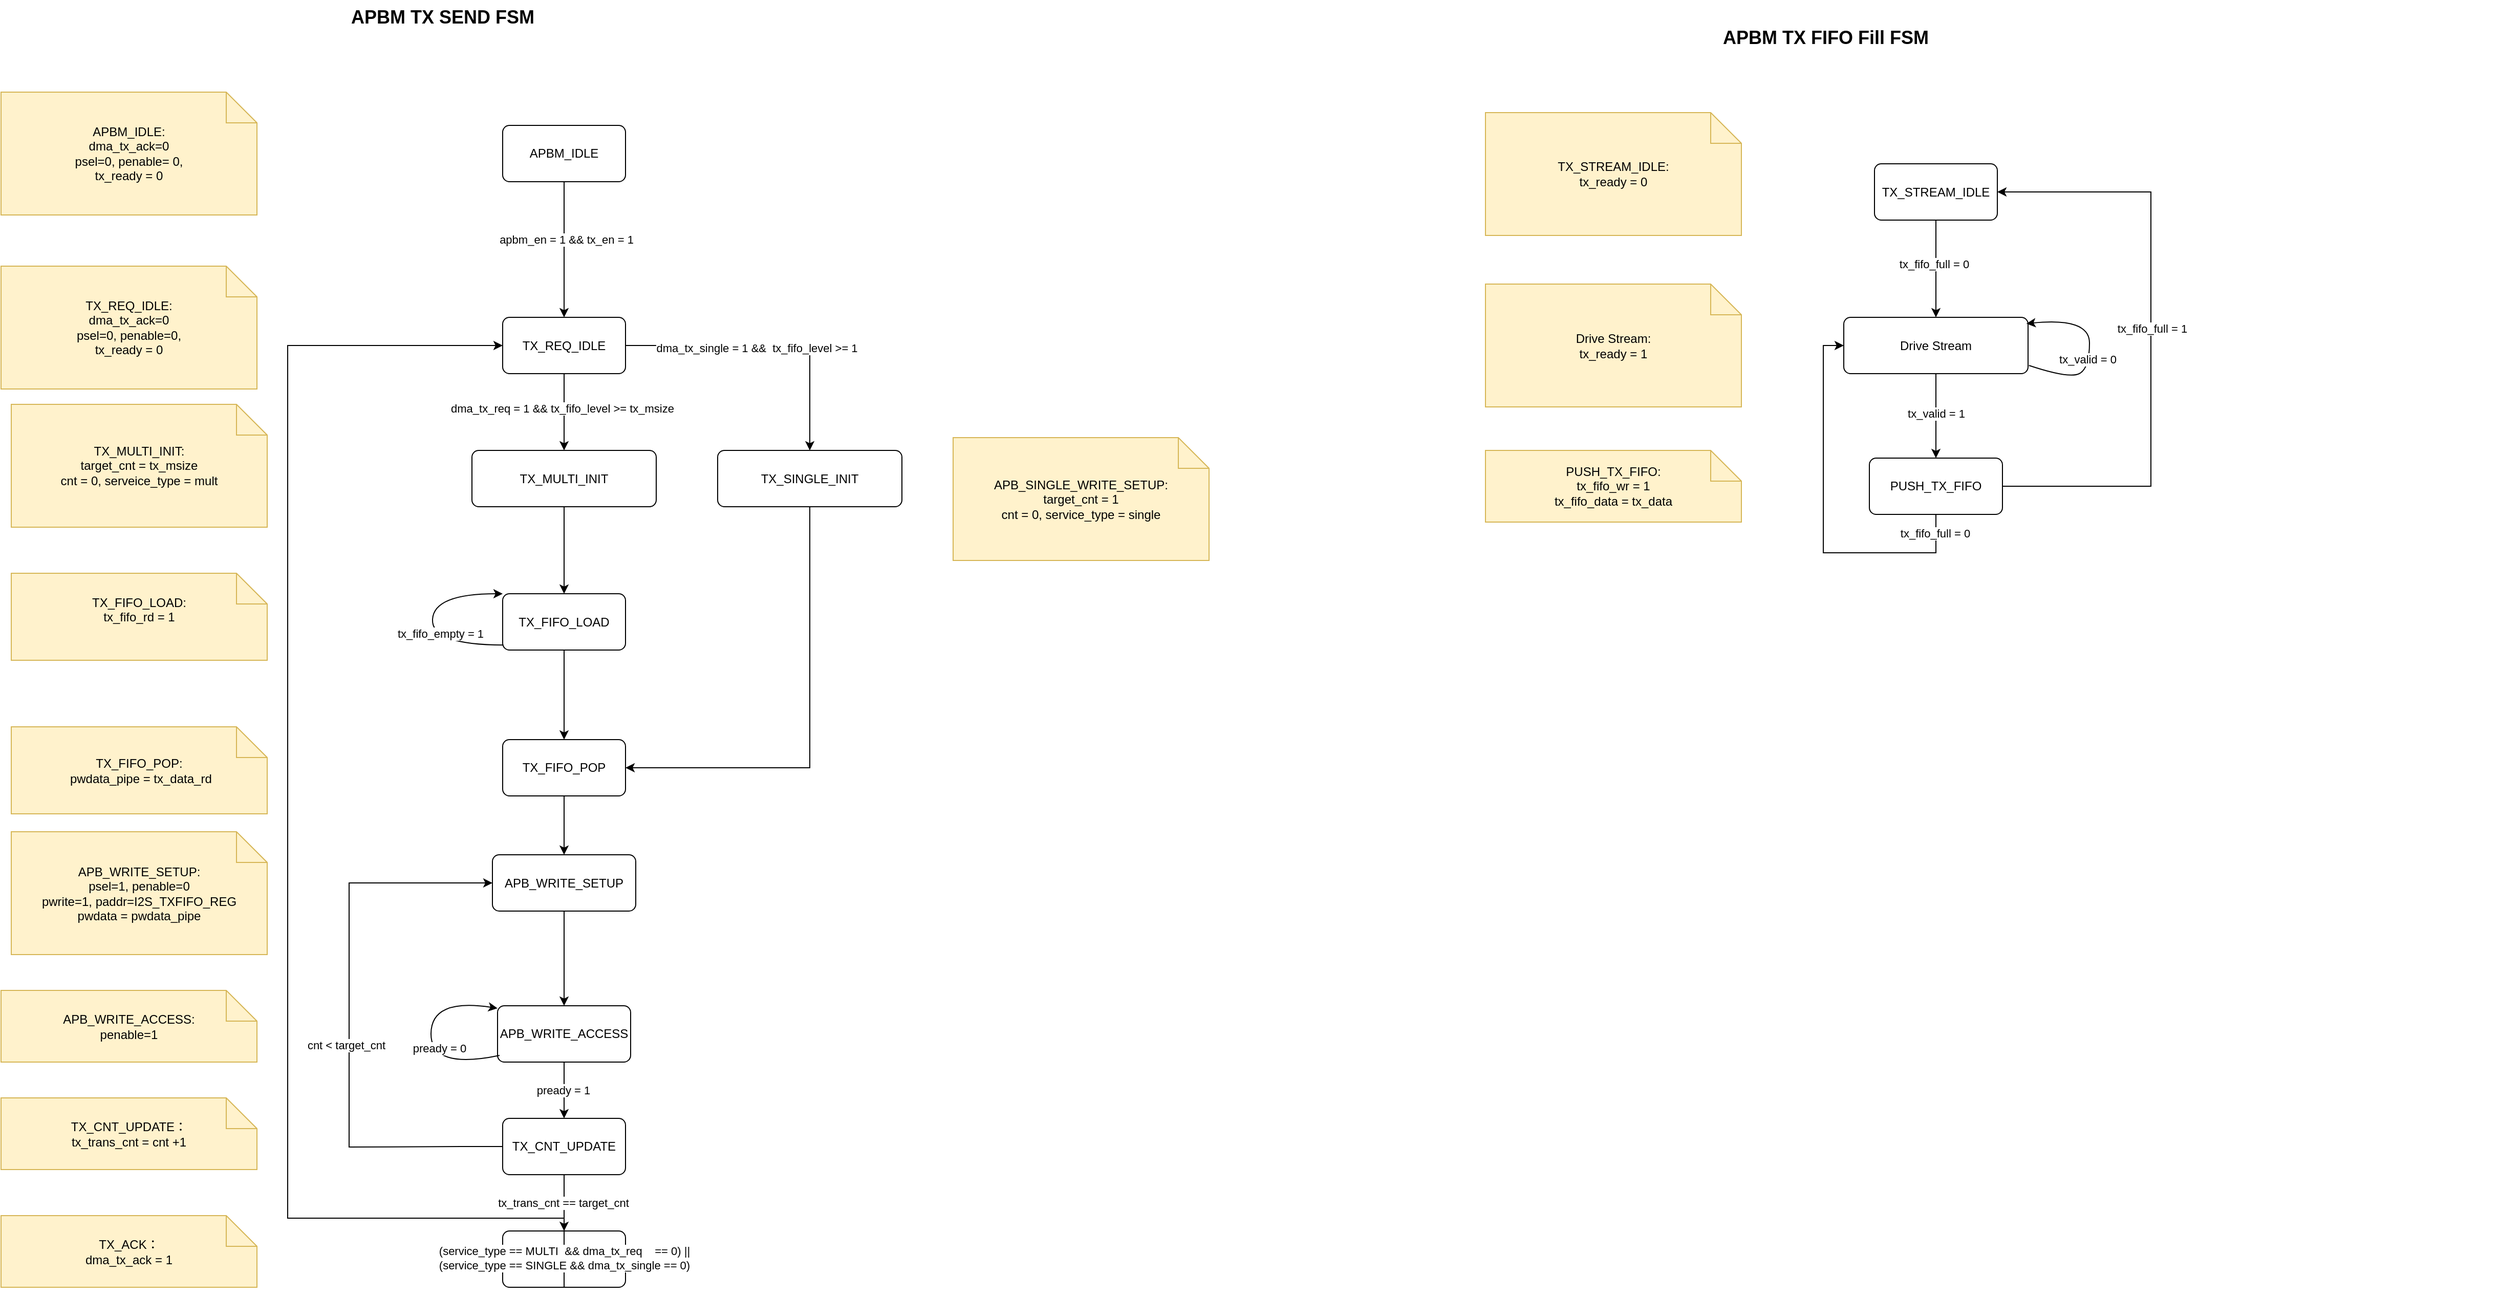
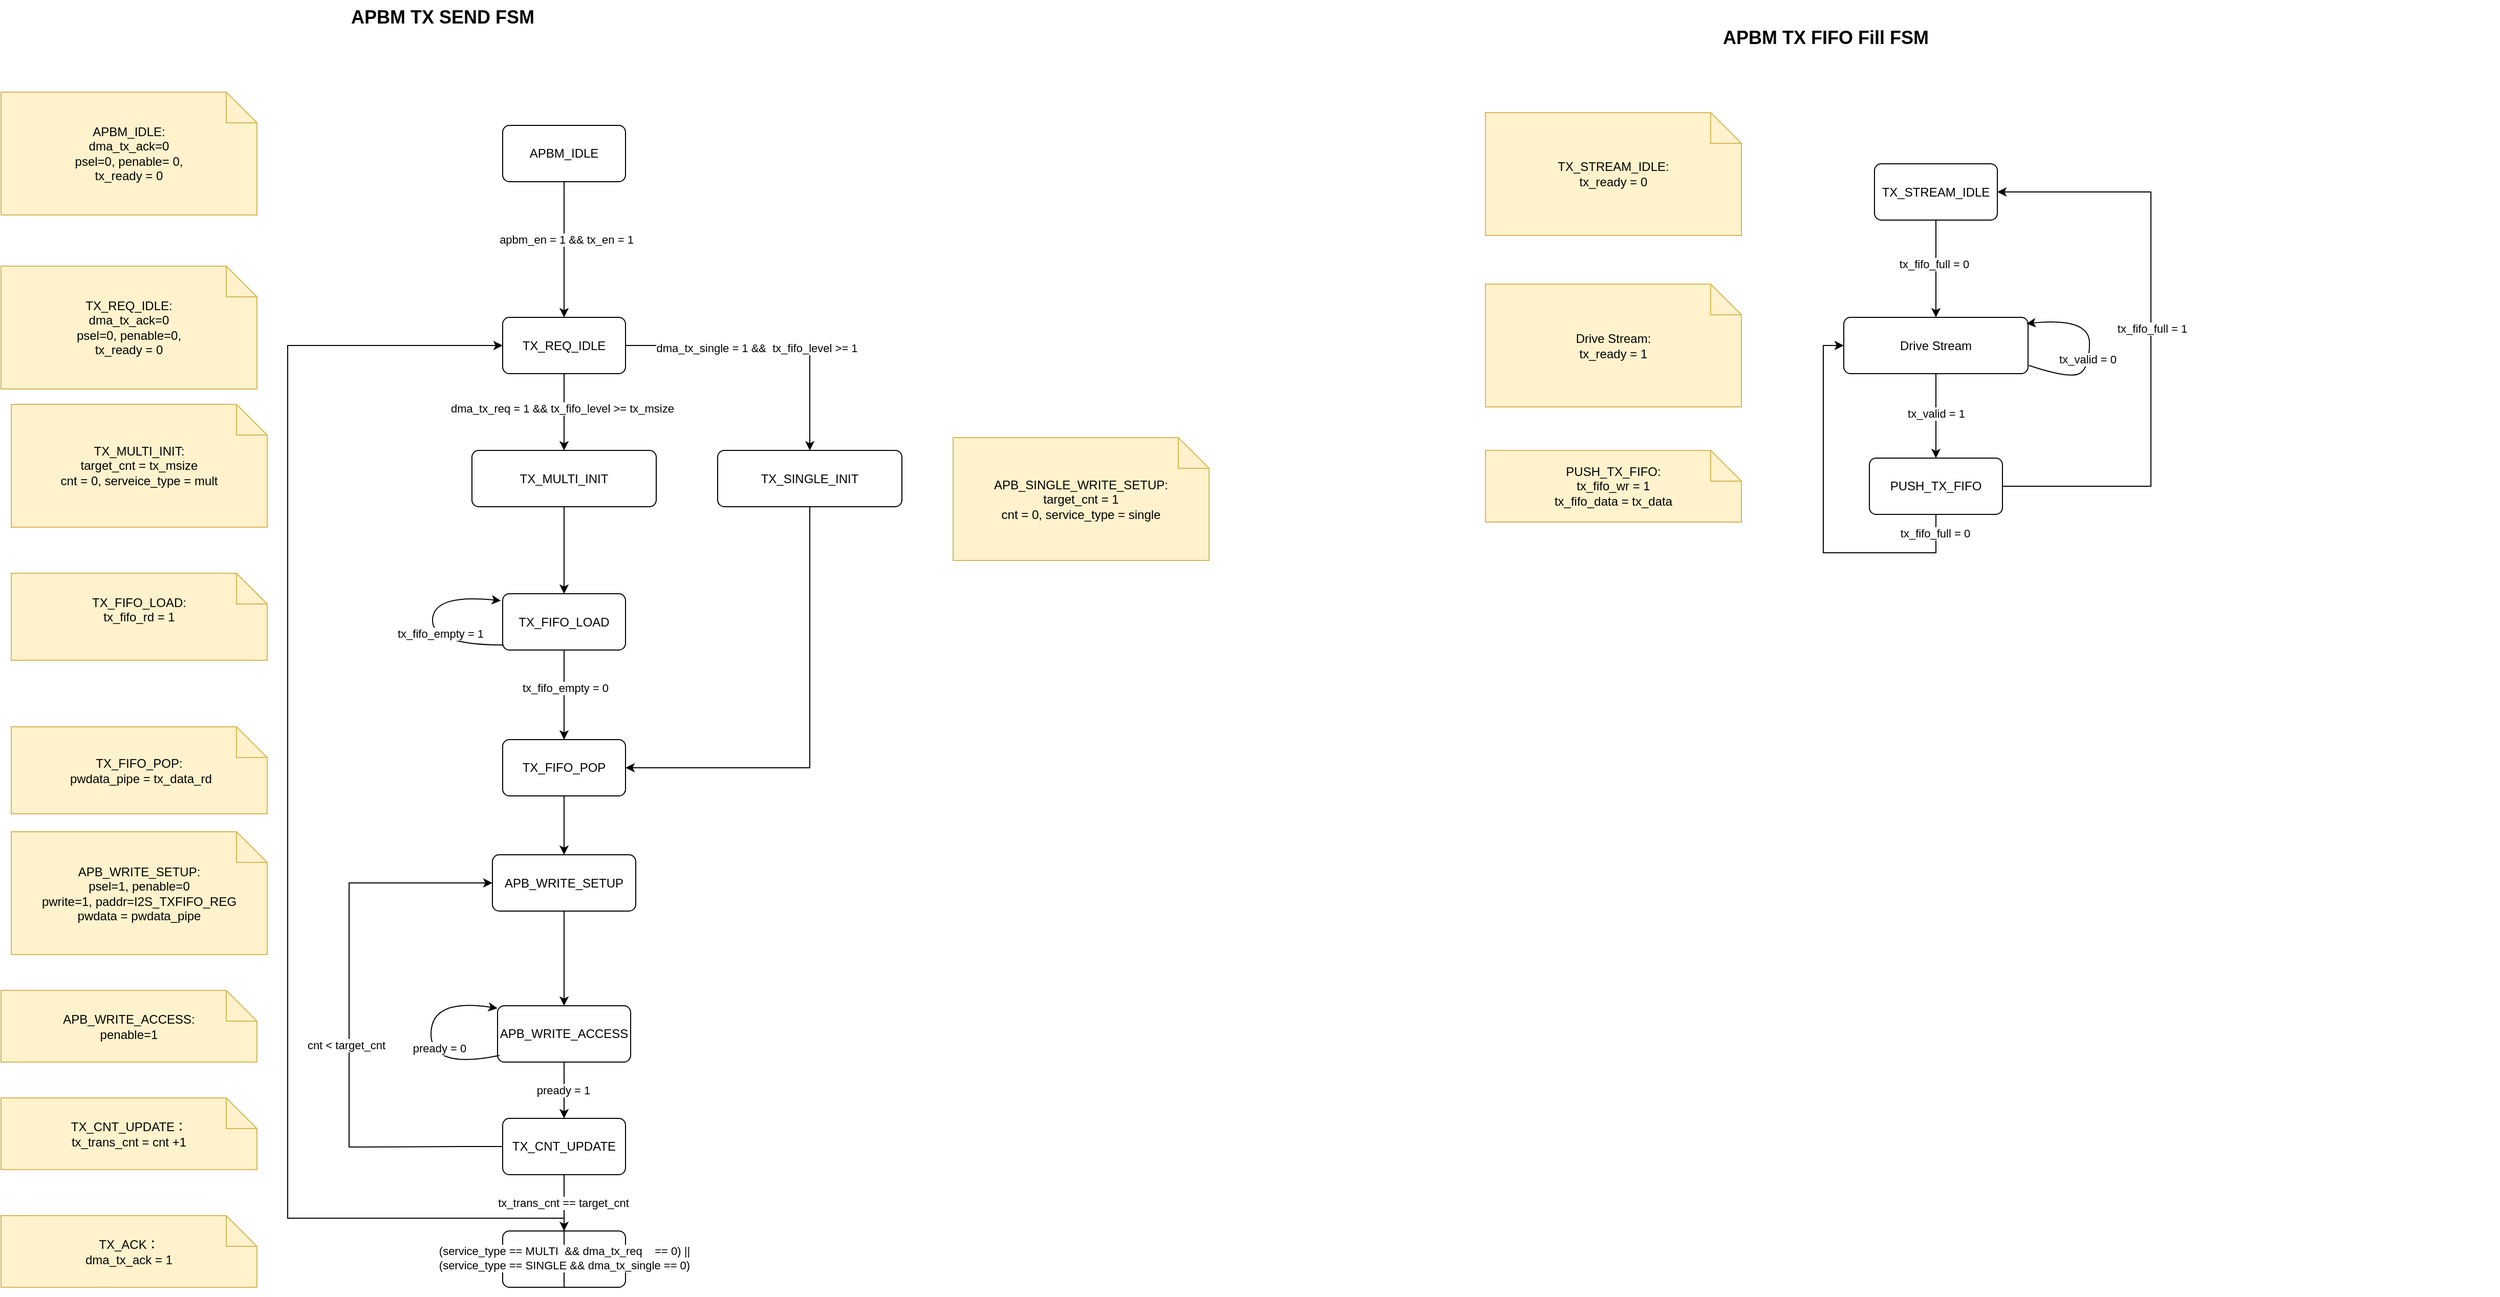
<mxfile host="app.diagrams.net">
  <diagram name="第 1 页" id="fH5n9Me7nUtPE_JYtTzi">
-     <mxGraphModel dx="1106" dy="624" grid="1" gridSize="10" guides="1" tooltips="1" connect="1" arrows="1" fold="1" page="1" pageScale="1" pageWidth="827" pageHeight="1169" math="0" shadow="0">
+     <mxGraphModel dx="645" dy="364" grid="1" gridSize="10" guides="1" tooltips="1" connect="1" arrows="1" fold="1" page="1" pageScale="1" pageWidth="827" pageHeight="1169" math="0" shadow="0">
      <root>
        <mxCell id="0" />
        <mxCell id="1" parent="0" />
        <mxCell id="Ly1VW1kiYANL2SHkxWqd-1" parent="1" style="text;html=1;strokeColor=none;fillColor=none;fontSize=18;fontStyle=1;" value="APBM TX SEND FSM&amp;nbsp;&amp;nbsp;" vertex="1">
          <mxGeometry height="40" width="760" x="810" y="130" as="geometry" />
        </mxCell>
        <mxCell id="Ly1VW1kiYANL2SHkxWqd-2" parent="1" style="rounded=1;whiteSpace=wrap;html=1;arcSize=12;fillColor=#ffffff;strokeColor=#000000;" value="TX_REQ_IDLE" vertex="1">
          <mxGeometry height="55" width="120" x="960" y="440" as="geometry" />
        </mxCell>
        <mxCell id="Ly1VW1kiYANL2SHkxWqd-3" parent="1" style="rounded=1;whiteSpace=wrap;html=1;arcSize=12;fillColor=#ffffff;strokeColor=#000000;" value="APB_WRITE_SETUP" vertex="1">
          <mxGeometry height="55" width="140" x="950" y="965" as="geometry" />
        </mxCell>
        <mxCell id="Ly1VW1kiYANL2SHkxWqd-4" edge="1" parent="1" source="Ly1VW1kiYANL2SHkxWqd-2" style="endArrow=classic;html=1;rounded=0;exitX=0.5;exitY=1;exitDx=0;exitDy=0;entryX=0.5;entryY=0;entryDx=0;entryDy=0;" target="Ly1VW1kiYANL2SHkxWqd-40" value="">
          <mxGeometry height="50" relative="1" width="50" as="geometry">
            <mxPoint x="1040" y="560" as="sourcePoint" />
            <mxPoint x="1020" y="570" as="targetPoint" />
          </mxGeometry>
        </mxCell>
        <mxCell id="Ly1VW1kiYANL2SHkxWqd-5" connectable="0" parent="Ly1VW1kiYANL2SHkxWqd-4" style="edgeLabel;html=1;align=center;verticalAlign=middle;resizable=0;points=[];" value="dma_tx_req = 1 &amp;amp;&amp;amp; tx_fifo_level &amp;gt;= tx_msize" vertex="1">
          <mxGeometry relative="1" x="-0.0927" y="-2" as="geometry">
            <mxPoint as="offset" />
          </mxGeometry>
        </mxCell>
        <mxCell id="Ly1VW1kiYANL2SHkxWqd-6" parent="1" style="shape=note;whiteSpace=wrap;html=1;fillColor=#fff2cc;strokeColor=#d6b656;" value="APB_WRITE_SETUP:&lt;div&gt;psel=1, penable=0&lt;br&gt;pwrite=1, paddr=I2S_TXFIFO_REG&lt;/div&gt;&lt;div&gt;pwdata = pwdata_pipe&lt;/div&gt;" vertex="1">
          <mxGeometry height="120" width="250" x="480" y="942.5" as="geometry" />
        </mxCell>
        <mxCell id="Ly1VW1kiYANL2SHkxWqd-7" parent="1" style="rounded=1;whiteSpace=wrap;html=1;arcSize=12;fillColor=#ffffff;strokeColor=#000000;" value="APB_WRITE_ACCESS" vertex="1">
          <mxGeometry height="55" width="130" x="955" y="1112.5" as="geometry" />
        </mxCell>
        <mxCell id="Ly1VW1kiYANL2SHkxWqd-8" edge="1" parent="1" source="Ly1VW1kiYANL2SHkxWqd-3" style="endArrow=classic;html=1;rounded=0;exitX=0.5;exitY=1;exitDx=0;exitDy=0;entryX=0.5;entryY=0;entryDx=0;entryDy=0;" target="Ly1VW1kiYANL2SHkxWqd-7" value="">
          <mxGeometry height="50" relative="1" width="50" as="geometry">
            <mxPoint x="1030" y="1095" as="sourcePoint" />
            <mxPoint x="1080" y="1045" as="targetPoint" />
          </mxGeometry>
        </mxCell>
        <mxCell id="Ly1VW1kiYANL2SHkxWqd-9" parent="1" style="shape=note;whiteSpace=wrap;html=1;fillColor=#fff2cc;strokeColor=#d6b656;" value="APB_WRITE_ACCESS:&lt;br&gt;penable=1" vertex="1">
          <mxGeometry height="70" width="250" x="470" y="1097.5" as="geometry" />
        </mxCell>
        <mxCell id="Ly1VW1kiYANL2SHkxWqd-10" edge="1" parent="1" source="Ly1VW1kiYANL2SHkxWqd-7" style="curved=1;endArrow=classic;html=1;rounded=0;exitX=0.015;exitY=0.881;exitDx=0;exitDy=0;entryX=0;entryY=0;entryDx=0;entryDy=0;exitPerimeter=0;" value="">
          <mxGeometry height="50" relative="1" width="50" as="geometry">
            <Array as="points">
              <mxPoint x="890" y="1175" />
              <mxPoint x="890" y="1105" />
            </Array>
            <mxPoint x="955" y="1170" as="sourcePoint" />
            <mxPoint x="955" y="1115" as="targetPoint" />
          </mxGeometry>
        </mxCell>
        <mxCell id="Ly1VW1kiYANL2SHkxWqd-11" connectable="0" parent="Ly1VW1kiYANL2SHkxWqd-10" style="edgeLabel;html=1;align=center;verticalAlign=middle;resizable=0;points=[];" value="pready = 0" vertex="1">
          <mxGeometry relative="1" x="-0.1215" y="-8" as="geometry">
            <mxPoint as="offset" />
          </mxGeometry>
        </mxCell>
        <mxCell id="Ly1VW1kiYANL2SHkxWqd-13" edge="1" parent="1" source="Ly1VW1kiYANL2SHkxWqd-7" style="endArrow=classic;html=1;rounded=0;exitX=0.5;exitY=1;exitDx=0;exitDy=0;entryX=0.5;entryY=0;entryDx=0;entryDy=0;" target="Ly1VW1kiYANL2SHkxWqd-47" value="">
          <mxGeometry height="50" relative="1" width="50" as="geometry">
            <mxPoint x="1010" y="1245" as="sourcePoint" />
            <mxPoint x="1020" y="1212.5" as="targetPoint" />
          </mxGeometry>
        </mxCell>
        <mxCell id="Ly1VW1kiYANL2SHkxWqd-14" connectable="0" parent="Ly1VW1kiYANL2SHkxWqd-13" style="edgeLabel;html=1;align=center;verticalAlign=middle;resizable=0;points=[];" value="pready = 1" vertex="1">
          <mxGeometry relative="1" x="0.0089" y="-1" as="geometry">
            <mxPoint as="offset" />
          </mxGeometry>
        </mxCell>
        <mxCell id="Ly1VW1kiYANL2SHkxWqd-16" parent="1" style="rounded=1;whiteSpace=wrap;html=1;arcSize=12;fillColor=#ffffff;strokeColor=#000000;" value="TX_ACK" vertex="1">
          <mxGeometry height="55" width="120" x="960" y="1332.5" as="geometry" />
        </mxCell>
        <mxCell id="Ly1VW1kiYANL2SHkxWqd-17" edge="1" parent="1" source="Ly1VW1kiYANL2SHkxWqd-47" style="endArrow=classic;html=1;rounded=0;exitX=0.5;exitY=1;exitDx=0;exitDy=0;entryX=0.5;entryY=0;entryDx=0;entryDy=0;" target="Ly1VW1kiYANL2SHkxWqd-16" value="">
          <mxGeometry height="50" relative="1" width="50" as="geometry">
            <mxPoint x="1150.3600000000001" y="1167.5" as="sourcePoint" />
            <mxPoint x="1150" y="1202.5" as="targetPoint" />
          </mxGeometry>
        </mxCell>
        <mxCell id="Ly1VW1kiYANL2SHkxWqd-18" connectable="0" parent="Ly1VW1kiYANL2SHkxWqd-17" style="edgeLabel;html=1;align=center;verticalAlign=middle;resizable=0;points=[];" value="tx_trans_cnt == target_cnt" vertex="1">
          <mxGeometry relative="1" x="0.0089" y="-1" as="geometry">
            <mxPoint as="offset" />
          </mxGeometry>
        </mxCell>
        <mxCell id="Ly1VW1kiYANL2SHkxWqd-19" parent="1" style="shape=note;whiteSpace=wrap;html=1;fillColor=#fff2cc;strokeColor=#d6b656;" value="TX_ACK：&lt;div&gt;dma_tx_ack = 1&lt;/div&gt;" vertex="1">
          <mxGeometry height="70" width="250" x="470" y="1317.5" as="geometry" />
        </mxCell>
        <mxCell id="Ly1VW1kiYANL2SHkxWqd-20" parent="1" style="shape=note;whiteSpace=wrap;html=1;fillColor=#fff2cc;strokeColor=#d6b656;" value="TX_REQ_IDLE:&lt;div&gt;dma_tx_ack=0&lt;/div&gt;&lt;div&gt;psel=0, penable=0,&lt;br&gt;&lt;/div&gt;&lt;div&gt;tx_ready = 0&lt;br&gt;&lt;/div&gt;" vertex="1">
          <mxGeometry height="120" width="250" x="470" y="390" as="geometry" />
        </mxCell>
        <mxCell id="Ly1VW1kiYANL2SHkxWqd-21" edge="1" parent="1" source="Ly1VW1kiYANL2SHkxWqd-16" style="endArrow=classic;html=1;rounded=0;exitX=0.5;exitY=1;exitDx=0;exitDy=0;edgeStyle=orthogonalEdgeStyle;entryX=0;entryY=0.5;entryDx=0;entryDy=0;" target="Ly1VW1kiYANL2SHkxWqd-2" value="">
          <mxGeometry height="50" relative="1" width="50" as="geometry">
            <Array as="points">
              <mxPoint x="1020" y="1320" />
              <mxPoint x="750" y="1320" />
              <mxPoint x="750" y="468" />
            </Array>
            <mxPoint x="909.95" y="1052.5" as="sourcePoint" />
            <mxPoint x="850" y="465" as="targetPoint" />
          </mxGeometry>
        </mxCell>
        <mxCell id="Ly1VW1kiYANL2SHkxWqd-22" connectable="0" parent="Ly1VW1kiYANL2SHkxWqd-21" style="edgeLabel;html=1;align=center;verticalAlign=middle;resizable=0;points=[];" value="&lt;div&gt;(service_type == MULTI&amp;nbsp; &amp;amp;&amp;amp; dma_tx_req&amp;nbsp; &amp;nbsp; == 0) ||&lt;/div&gt;&lt;div&gt;(service_type == SINGLE &amp;amp;&amp;amp; dma_tx_single == 0)&lt;/div&gt;" vertex="1">
          <mxGeometry relative="1" x="-0.9589" as="geometry">
            <mxPoint as="offset" />
          </mxGeometry>
        </mxCell>
        <mxCell id="Ly1VW1kiYANL2SHkxWqd-23" edge="1" parent="1" source="Ly1VW1kiYANL2SHkxWqd-2" style="endArrow=classic;html=1;rounded=0;exitX=1;exitY=0.5;exitDx=0;exitDy=0;edgeStyle=orthogonalEdgeStyle;entryX=0.5;entryY=0;entryDx=0;entryDy=0;" target="Ly1VW1kiYANL2SHkxWqd-25" value="">
          <mxGeometry height="50" relative="1" width="50" as="geometry">
            <mxPoint x="1250" y="540" as="sourcePoint" />
            <mxPoint x="1260" y="560" as="targetPoint" />
          </mxGeometry>
        </mxCell>
        <mxCell id="Ly1VW1kiYANL2SHkxWqd-24" connectable="0" parent="Ly1VW1kiYANL2SHkxWqd-23" style="edgeLabel;html=1;align=center;verticalAlign=middle;resizable=0;points=[];" value="dma_tx_single = 1 &amp;amp;&amp;amp;&amp;nbsp; tx_fifo_level &amp;gt;= 1" vertex="1">
          <mxGeometry relative="1" x="-0.0927" y="-2" as="geometry">
            <mxPoint as="offset" />
          </mxGeometry>
        </mxCell>
        <mxCell id="Ly1VW1kiYANL2SHkxWqd-25" parent="1" style="rounded=1;whiteSpace=wrap;html=1;arcSize=12;fillColor=#ffffff;strokeColor=#000000;" value="TX_SINGLE_INIT" vertex="1">
          <mxGeometry height="55" width="180" x="1170" y="570" as="geometry" />
        </mxCell>
        <mxCell id="Ly1VW1kiYANL2SHkxWqd-26" parent="1" style="shape=note;whiteSpace=wrap;html=1;fillColor=#fff2cc;strokeColor=#d6b656;" value="APB_SINGLE_WRITE_SETUP:&lt;div&gt;target_cnt = 1&lt;br&gt;cnt = 0, service_type = single&lt;/div&gt;" vertex="1">
          <mxGeometry height="120" width="250" x="1400" y="557.5" as="geometry" />
        </mxCell>
        <mxCell id="Ly1VW1kiYANL2SHkxWqd-27" edge="1" parent="1" source="Ly1VW1kiYANL2SHkxWqd-25" style="endArrow=classic;html=1;rounded=0;exitX=0.5;exitY=1;exitDx=0;exitDy=0;edgeStyle=orthogonalEdgeStyle;entryX=1;entryY=0.5;entryDx=0;entryDy=0;" target="Ly1VW1kiYANL2SHkxWqd-28" value="">
          <mxGeometry height="50" relative="1" width="50" as="geometry">
            <mxPoint x="1230" y="950" as="sourcePoint" />
            <mxPoint x="1090" y="705" as="targetPoint" />
          </mxGeometry>
        </mxCell>
        <mxCell id="Ly1VW1kiYANL2SHkxWqd-28" parent="1" style="rounded=1;whiteSpace=wrap;html=1;arcSize=12;fillColor=#ffffff;strokeColor=#000000;" value="TX_FIFO_POP" vertex="1">
          <mxGeometry height="55" width="120" x="960" y="852.5" as="geometry" />
        </mxCell>
        <mxCell id="Ly1VW1kiYANL2SHkxWqd-29" edge="1" parent="1" source="Ly1VW1kiYANL2SHkxWqd-40" style="endArrow=classic;html=1;rounded=0;exitX=0.5;exitY=1;exitDx=0;exitDy=0;entryX=0.5;entryY=0;entryDx=0;entryDy=0;" target="Ly1VW1kiYANL2SHkxWqd-66" value="">
          <mxGeometry height="50" relative="1" width="50" as="geometry">
            <Array as="points">
              <mxPoint x="1020" y="650" />
            </Array>
            <mxPoint x="1010" y="630" as="sourcePoint" />
            <mxPoint x="1020" y="680" as="targetPoint" />
          </mxGeometry>
        </mxCell>
        <mxCell id="Ly1VW1kiYANL2SHkxWqd-33" parent="1" style="shape=note;whiteSpace=wrap;html=1;fillColor=#fff2cc;strokeColor=#d6b656;" value="TX_FIFO_POP:&lt;div&gt;&lt;div&gt;&amp;nbsp;pwdata_pipe = tx_data_rd&lt;/div&gt;&lt;/div&gt;" vertex="1">
          <mxGeometry height="85" width="250" x="480" y="840" as="geometry" />
        </mxCell>
        <mxCell id="Ly1VW1kiYANL2SHkxWqd-34" parent="1" style="rounded=1;whiteSpace=wrap;html=1;arcSize=12;fillColor=#ffffff;strokeColor=#000000;" value="APBM_IDLE" vertex="1">
          <mxGeometry height="55" width="120" x="960" y="252.5" as="geometry" />
        </mxCell>
        <mxCell id="Ly1VW1kiYANL2SHkxWqd-35" edge="1" parent="1" source="Ly1VW1kiYANL2SHkxWqd-34" style="endArrow=classic;html=1;rounded=0;exitX=0.5;exitY=1;exitDx=0;exitDy=0;" target="Ly1VW1kiYANL2SHkxWqd-2" value="">
          <mxGeometry height="50" relative="1" width="50" as="geometry">
            <mxPoint x="1060" y="360" as="sourcePoint" />
            <mxPoint x="1110" y="310" as="targetPoint" />
          </mxGeometry>
        </mxCell>
        <mxCell id="Ly1VW1kiYANL2SHkxWqd-36" connectable="0" parent="Ly1VW1kiYANL2SHkxWqd-35" style="edgeLabel;html=1;align=center;verticalAlign=middle;resizable=0;points=[];" value="apbm_en = 1 &amp;amp;&amp;amp; tx_en = 1" vertex="1">
          <mxGeometry relative="1" x="-0.1446" y="2" as="geometry">
            <mxPoint as="offset" />
          </mxGeometry>
        </mxCell>
        <mxCell id="Ly1VW1kiYANL2SHkxWqd-37" parent="1" style="shape=note;whiteSpace=wrap;html=1;fillColor=#fff2cc;strokeColor=#d6b656;" value="APBM_IDLE:&lt;div&gt;dma_tx_ack=0&lt;/div&gt;&lt;div&gt;psel=0, penable= 0,&lt;br&gt;&lt;/div&gt;&lt;div&gt;tx_ready = 0&lt;/div&gt;" vertex="1">
          <mxGeometry height="120" width="250" x="470" y="220" as="geometry" />
        </mxCell>
        <mxCell id="Ly1VW1kiYANL2SHkxWqd-38" edge="1" parent="1" source="Ly1VW1kiYANL2SHkxWqd-47" style="endArrow=classic;html=1;rounded=0;edgeStyle=orthogonalEdgeStyle;entryX=0;entryY=0.5;entryDx=0;entryDy=0;exitX=0;exitY=0.5;exitDx=0;exitDy=0;" target="Ly1VW1kiYANL2SHkxWqd-3" value="">
          <mxGeometry height="50" relative="1" width="50" as="geometry">
            <Array as="points">
              <mxPoint x="920" y="1249.5" />
              <mxPoint x="810" y="1250.5" />
              <mxPoint x="810" y="992.5" />
            </Array>
            <mxPoint x="920" y="1212.5" as="sourcePoint" />
            <mxPoint x="800" y="872.5" as="targetPoint" />
          </mxGeometry>
        </mxCell>
        <mxCell id="Ly1VW1kiYANL2SHkxWqd-39" connectable="0" parent="Ly1VW1kiYANL2SHkxWqd-38" style="edgeLabel;html=1;align=center;verticalAlign=middle;resizable=0;points=[];" value="cnt &amp;lt; target_cnt" vertex="1">
          <mxGeometry relative="1" x="-0.0902" y="3" as="geometry">
            <mxPoint as="offset" />
          </mxGeometry>
        </mxCell>
        <mxCell id="Ly1VW1kiYANL2SHkxWqd-40" parent="1" style="rounded=1;whiteSpace=wrap;html=1;arcSize=12;fillColor=#ffffff;strokeColor=#000000;" value="TX_MULTI_INIT" vertex="1">
          <mxGeometry height="55" width="180" x="930" y="570" as="geometry" />
        </mxCell>
        <mxCell id="Ly1VW1kiYANL2SHkxWqd-42" parent="1" style="shape=note;whiteSpace=wrap;html=1;fillColor=#fff2cc;strokeColor=#d6b656;" value="TX_MULTI_INIT:&lt;div&gt;target_cnt = tx_msize&lt;br&gt;cnt = 0, serveice_type = mult&lt;/div&gt;" vertex="1">
          <mxGeometry height="120" width="250" x="480" y="525" as="geometry" />
        </mxCell>
        <mxCell id="Ly1VW1kiYANL2SHkxWqd-45" edge="1" parent="1" source="Ly1VW1kiYANL2SHkxWqd-28" style="endArrow=classic;html=1;rounded=0;exitX=0.5;exitY=1;exitDx=0;exitDy=0;" target="Ly1VW1kiYANL2SHkxWqd-3" value="">
          <mxGeometry height="50" relative="1" width="50" as="geometry">
            <mxPoint x="1019.5699999999999" y="907.5" as="sourcePoint" />
            <mxPoint x="1019.5699999999999" y="964.5" as="targetPoint" />
          </mxGeometry>
        </mxCell>
        <mxCell id="Ly1VW1kiYANL2SHkxWqd-47" parent="1" style="rounded=1;whiteSpace=wrap;html=1;arcSize=12;fillColor=#ffffff;strokeColor=#000000;" value="TX_CNT_UPDATE" vertex="1">
          <mxGeometry height="55" width="120" x="960" y="1222.5" as="geometry" />
        </mxCell>
        <mxCell id="Ly1VW1kiYANL2SHkxWqd-48" parent="1" style="shape=note;whiteSpace=wrap;html=1;fillColor=#fff2cc;strokeColor=#d6b656;" value="TX_CNT_UPDATE：&lt;div&gt;tx_trans_cnt = cnt +1&lt;/div&gt;" vertex="1">
          <mxGeometry height="70" width="250" x="470" y="1202.5" as="geometry" />
        </mxCell>
        <mxCell id="Ly1VW1kiYANL2SHkxWqd-49" parent="1" style="text;html=1;strokeColor=none;fillColor=none;fontSize=18;fontStyle=1;" value="APBM TX FIFO Fill FSM&amp;nbsp;&amp;nbsp;" vertex="1">
          <mxGeometry height="40" width="760" x="2150" y="150" as="geometry" />
        </mxCell>
        <mxCell id="Ly1VW1kiYANL2SHkxWqd-50" parent="1" style="rounded=1;whiteSpace=wrap;html=1;arcSize=12;fillColor=#ffffff;strokeColor=#000000;" value="TX_STREAM_IDLE" vertex="1">
          <mxGeometry height="55" width="120" x="2300" y="290" as="geometry" />
        </mxCell>
        <mxCell id="Ly1VW1kiYANL2SHkxWqd-51" parent="1" style="rounded=1;whiteSpace=wrap;html=1;arcSize=12;fillColor=#ffffff;strokeColor=#000000;" value="Drive Stream" vertex="1">
          <mxGeometry height="55" width="180" x="2270" y="440" as="geometry" />
        </mxCell>
        <mxCell id="Ly1VW1kiYANL2SHkxWqd-52" edge="1" parent="1" source="Ly1VW1kiYANL2SHkxWqd-50" style="endArrow=classic;html=1;rounded=0;exitX=0.5;exitY=1;exitDx=0;exitDy=0;entryX=0.5;entryY=0;entryDx=0;entryDy=0;" target="Ly1VW1kiYANL2SHkxWqd-51" value="">
          <mxGeometry height="50" relative="1" width="50" as="geometry">
            <mxPoint x="2380" y="410" as="sourcePoint" />
            <mxPoint x="2430" y="360" as="targetPoint" />
          </mxGeometry>
        </mxCell>
        <mxCell id="Ly1VW1kiYANL2SHkxWqd-53" connectable="0" parent="Ly1VW1kiYANL2SHkxWqd-52" style="edgeLabel;html=1;align=center;verticalAlign=middle;resizable=0;points=[];" value="tx_fifo_full = 0" vertex="1">
          <mxGeometry relative="1" x="-0.0927" y="-2" as="geometry">
            <mxPoint as="offset" />
          </mxGeometry>
        </mxCell>
        <mxCell id="Ly1VW1kiYANL2SHkxWqd-54" parent="1" style="shape=note;whiteSpace=wrap;html=1;fillColor=#fff2cc;strokeColor=#d6b656;" value="Drive Stream:&lt;div&gt;tx_ready = 1&lt;/div&gt;" vertex="1">
          <mxGeometry height="120" width="250" x="1920" y="407.5" as="geometry" />
        </mxCell>
        <mxCell id="Ly1VW1kiYANL2SHkxWqd-55" parent="1" style="rounded=1;whiteSpace=wrap;html=1;arcSize=12;fillColor=#ffffff;strokeColor=#000000;" value="PUSH_TX_FIFO" vertex="1">
          <mxGeometry height="55" width="130" x="2295" y="577.5" as="geometry" />
        </mxCell>
        <mxCell id="Ly1VW1kiYANL2SHkxWqd-56" edge="1" parent="1" source="Ly1VW1kiYANL2SHkxWqd-51" style="endArrow=classic;html=1;rounded=0;exitX=0.5;exitY=1;exitDx=0;exitDy=0;entryX=0.5;entryY=0;entryDx=0;entryDy=0;" target="Ly1VW1kiYANL2SHkxWqd-55" value="">
          <mxGeometry height="50" relative="1" width="50" as="geometry">
            <mxPoint x="2370" y="560" as="sourcePoint" />
            <mxPoint x="2420" y="510" as="targetPoint" />
          </mxGeometry>
        </mxCell>
        <mxCell id="Ly1VW1kiYANL2SHkxWqd-57" connectable="0" parent="Ly1VW1kiYANL2SHkxWqd-56" style="edgeLabel;html=1;align=center;verticalAlign=middle;resizable=0;points=[];" value="tx_valid = 1" vertex="1">
          <mxGeometry relative="1" x="-0.0537" as="geometry">
            <mxPoint as="offset" />
          </mxGeometry>
        </mxCell>
        <mxCell id="Ly1VW1kiYANL2SHkxWqd-58" parent="1" style="shape=note;whiteSpace=wrap;html=1;fillColor=#fff2cc;strokeColor=#d6b656;" value="PUSH_TX_FIFO:&lt;div&gt;tx_fifo_wr = 1&lt;/div&gt;&lt;div&gt;tx_fifo_data = tx_data&lt;/div&gt;" vertex="1">
          <mxGeometry height="70" width="250" x="1920" y="570" as="geometry" />
        </mxCell>
        <mxCell id="Ly1VW1kiYANL2SHkxWqd-59" parent="1" style="shape=note;whiteSpace=wrap;html=1;fillColor=#fff2cc;strokeColor=#d6b656;" value="TX_STREAM_IDLE:&lt;div&gt;tx_ready = 0&lt;/div&gt;" vertex="1">
          <mxGeometry height="120" width="250" x="1920" y="240" as="geometry" />
        </mxCell>
        <mxCell id="Ly1VW1kiYANL2SHkxWqd-60" edge="1" parent="1" source="Ly1VW1kiYANL2SHkxWqd-55" style="endArrow=classic;html=1;rounded=0;exitX=0.5;exitY=1;exitDx=0;exitDy=0;entryX=0;entryY=0.5;entryDx=0;entryDy=0;edgeStyle=orthogonalEdgeStyle;" target="Ly1VW1kiYANL2SHkxWqd-51" value="">
          <mxGeometry height="50" relative="1" width="50" as="geometry">
            <Array as="points">
              <mxPoint x="2360" y="670" />
              <mxPoint x="2250" y="670" />
              <mxPoint x="2250" y="468" />
            </Array>
            <mxPoint x="2550" y="570" as="sourcePoint" />
            <mxPoint x="2600" y="520" as="targetPoint" />
          </mxGeometry>
        </mxCell>
        <mxCell id="Ly1VW1kiYANL2SHkxWqd-61" connectable="0" parent="Ly1VW1kiYANL2SHkxWqd-60" style="edgeLabel;html=1;align=center;verticalAlign=middle;resizable=0;points=[];" value="tx_fifo_full = 0" vertex="1">
          <mxGeometry relative="1" x="-0.9016" y="-1" as="geometry">
            <mxPoint as="offset" />
          </mxGeometry>
        </mxCell>
        <mxCell id="Ly1VW1kiYANL2SHkxWqd-62" edge="1" parent="1" source="Ly1VW1kiYANL2SHkxWqd-55" style="endArrow=classic;html=1;rounded=0;exitX=1;exitY=0.5;exitDx=0;exitDy=0;entryX=1;entryY=0.5;entryDx=0;entryDy=0;edgeStyle=orthogonalEdgeStyle;" target="Ly1VW1kiYANL2SHkxWqd-50" value="">
          <mxGeometry height="50" relative="1" width="50" as="geometry">
            <Array as="points">
              <mxPoint x="2570" y="605" />
              <mxPoint x="2570" y="318" />
            </Array>
            <mxPoint x="2510" y="600" as="sourcePoint" />
            <mxPoint x="2560" y="550" as="targetPoint" />
          </mxGeometry>
        </mxCell>
        <mxCell id="Ly1VW1kiYANL2SHkxWqd-63" connectable="0" parent="Ly1VW1kiYANL2SHkxWqd-62" style="edgeLabel;html=1;align=center;verticalAlign=middle;resizable=0;points=[];" value="tx_fifo_full = 1" vertex="1">
          <mxGeometry relative="1" x="0.0267" y="-1" as="geometry">
            <mxPoint as="offset" />
          </mxGeometry>
        </mxCell>
        <mxCell id="Ly1VW1kiYANL2SHkxWqd-64" edge="1" parent="1" source="Ly1VW1kiYANL2SHkxWqd-51" style="curved=1;endArrow=classic;html=1;rounded=0;entryX=0.991;entryY=0.112;entryDx=0;entryDy=0;exitX=1.005;exitY=0.854;exitDx=0;exitDy=0;exitPerimeter=0;entryPerimeter=0;" target="Ly1VW1kiYANL2SHkxWqd-51" value="">
          <mxGeometry height="50" relative="1" width="50" as="geometry">
            <Array as="points">
              <mxPoint x="2490" y="500" />
              <mxPoint x="2510" y="490" />
              <mxPoint x="2510" y="440" />
            </Array>
            <mxPoint x="2460" y="560" as="sourcePoint" />
            <mxPoint x="2510" y="510" as="targetPoint" />
          </mxGeometry>
        </mxCell>
        <mxCell id="Ly1VW1kiYANL2SHkxWqd-65" connectable="0" parent="Ly1VW1kiYANL2SHkxWqd-64" style="edgeLabel;html=1;align=center;verticalAlign=middle;resizable=0;points=[];" value="tx_valid = 0" vertex="1">
          <mxGeometry relative="1" x="-0.1698" y="2" as="geometry">
            <mxPoint as="offset" />
          </mxGeometry>
        </mxCell>
        <mxCell id="Ly1VW1kiYANL2SHkxWqd-66" parent="1" style="rounded=1;whiteSpace=wrap;html=1;arcSize=12;fillColor=#ffffff;strokeColor=#000000;" value="TX_FIFO_LOAD" vertex="1">
          <mxGeometry height="55" width="120" x="960" y="710" as="geometry" />
        </mxCell>
        <mxCell id="Ly1VW1kiYANL2SHkxWqd-68" edge="1" parent="1" source="Ly1VW1kiYANL2SHkxWqd-66" style="endArrow=classic;html=1;rounded=0;exitX=0.5;exitY=1;exitDx=0;exitDy=0;" target="Ly1VW1kiYANL2SHkxWqd-28" value="">
          <mxGeometry height="50" relative="1" width="50" as="geometry">
            <mxPoint x="1070" y="820" as="sourcePoint" />
            <mxPoint x="1120" y="770" as="targetPoint" />
          </mxGeometry>
        </mxCell>
+         <mxCell id="Ly1VW1kiYANL2SHkxWqd-72" connectable="0" parent="Ly1VW1kiYANL2SHkxWqd-68" style="edgeLabel;html=1;align=center;verticalAlign=middle;resizable=0;points=[];" value="tx_fifo_empty = 0" vertex="1">
+           <mxGeometry relative="1" x="-0.1581" y="1" as="geometry">
+             <mxPoint as="offset" />
+           </mxGeometry>
+         </mxCell>
        <mxCell id="Ly1VW1kiYANL2SHkxWqd-69" parent="1" style="shape=note;whiteSpace=wrap;html=1;fillColor=#fff2cc;strokeColor=#d6b656;" value="TX_FIFO_LOAD:&lt;div&gt;tx_fifo_rd = 1&lt;br&gt;&lt;div&gt;&lt;br&gt;&lt;/div&gt;&lt;/div&gt;" vertex="1">
          <mxGeometry height="85" width="250" x="480" y="690" as="geometry" />
        </mxCell>
-         <mxCell id="Ly1VW1kiYANL2SHkxWqd-70" edge="1" parent="1" source="Ly1VW1kiYANL2SHkxWqd-66" style="curved=1;endArrow=classic;html=1;rounded=0;exitX=0.006;exitY=0.911;exitDx=0;exitDy=0;entryX=0;entryY=0;entryDx=0;entryDy=0;exitPerimeter=0;" target="Ly1VW1kiYANL2SHkxWqd-66" value="">
+         <mxCell id="Ly1VW1kiYANL2SHkxWqd-70" edge="1" parent="1" source="Ly1VW1kiYANL2SHkxWqd-66" style="curved=1;endArrow=classic;html=1;rounded=0;exitX=0.006;exitY=0.911;exitDx=0;exitDy=0;entryX=-0.014;entryY=0.124;entryDx=0;entryDy=0;exitPerimeter=0;entryPerimeter=0;" target="Ly1VW1kiYANL2SHkxWqd-66" value="">
          <mxGeometry height="50" relative="1" width="50" as="geometry">
            <Array as="points">
              <mxPoint x="890" y="760" />
              <mxPoint x="893" y="710" />
            </Array>
            <mxPoint x="960" y="766" as="sourcePoint" />
            <mxPoint x="958" y="720" as="targetPoint" />
          </mxGeometry>
        </mxCell>
        <mxCell id="Ly1VW1kiYANL2SHkxWqd-71" connectable="0" parent="Ly1VW1kiYANL2SHkxWqd-70" style="edgeLabel;html=1;align=center;verticalAlign=middle;resizable=0;points=[];" value="tx_fifo_empty = 1" vertex="1">
          <mxGeometry relative="1" x="-0.1215" y="-8" as="geometry">
            <mxPoint as="offset" />
          </mxGeometry>
        </mxCell>
      </root>
    </mxGraphModel>
  </diagram>
</mxfile>
